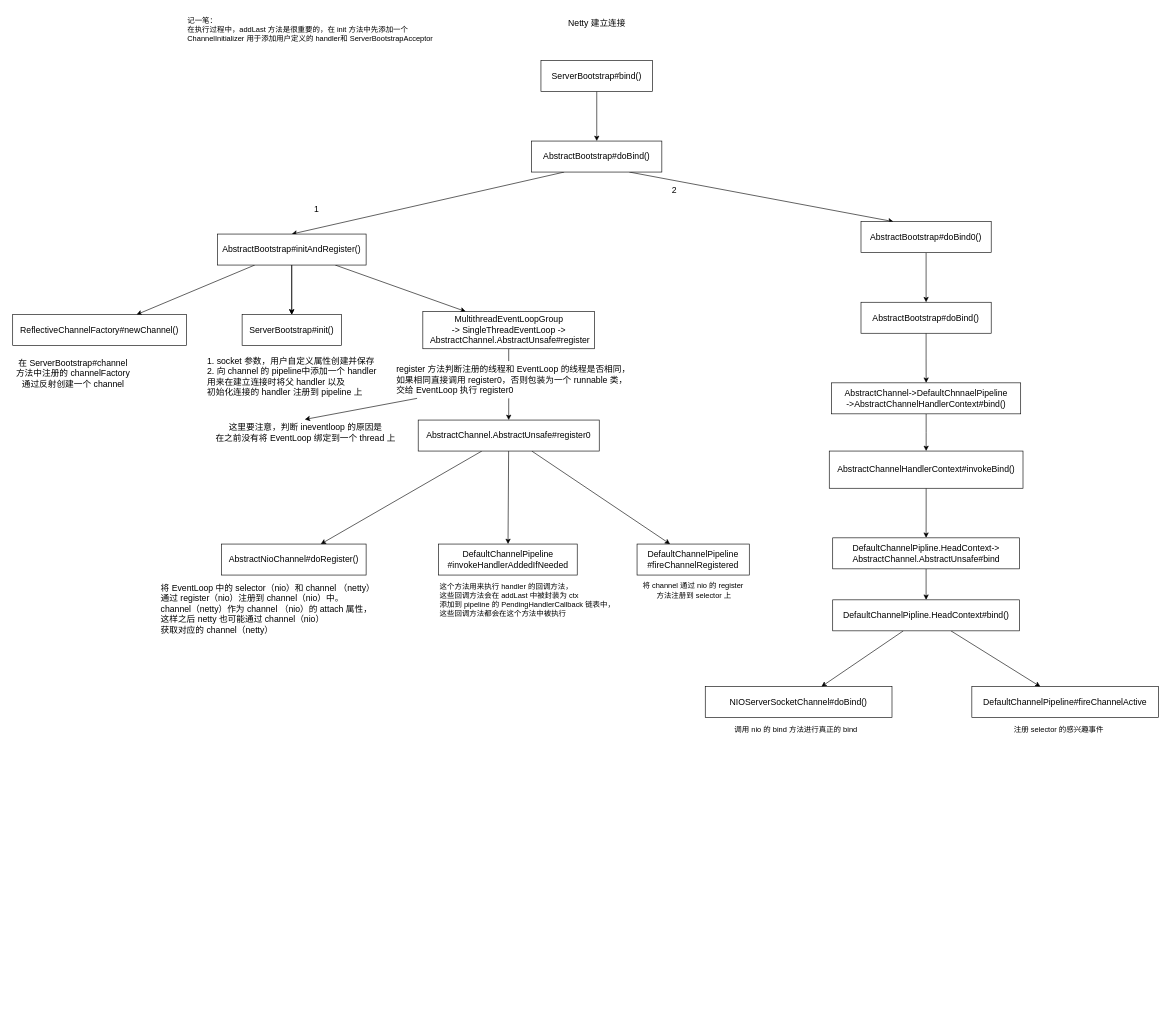
This is Netty 笔记/源码分析流程图/netty 绑定端口流程.drawio from Bogdanxin/notes, a draw.io file, before an edit. Source tidied: cells renumbered, new cells numbered last; positions are measured from the earlier drawing's top-left corner, leaving out a move shared by most shapes. Both pictures are drawn from the tidied source at 62%, with x=0, y=0 at pixel (11, 11).
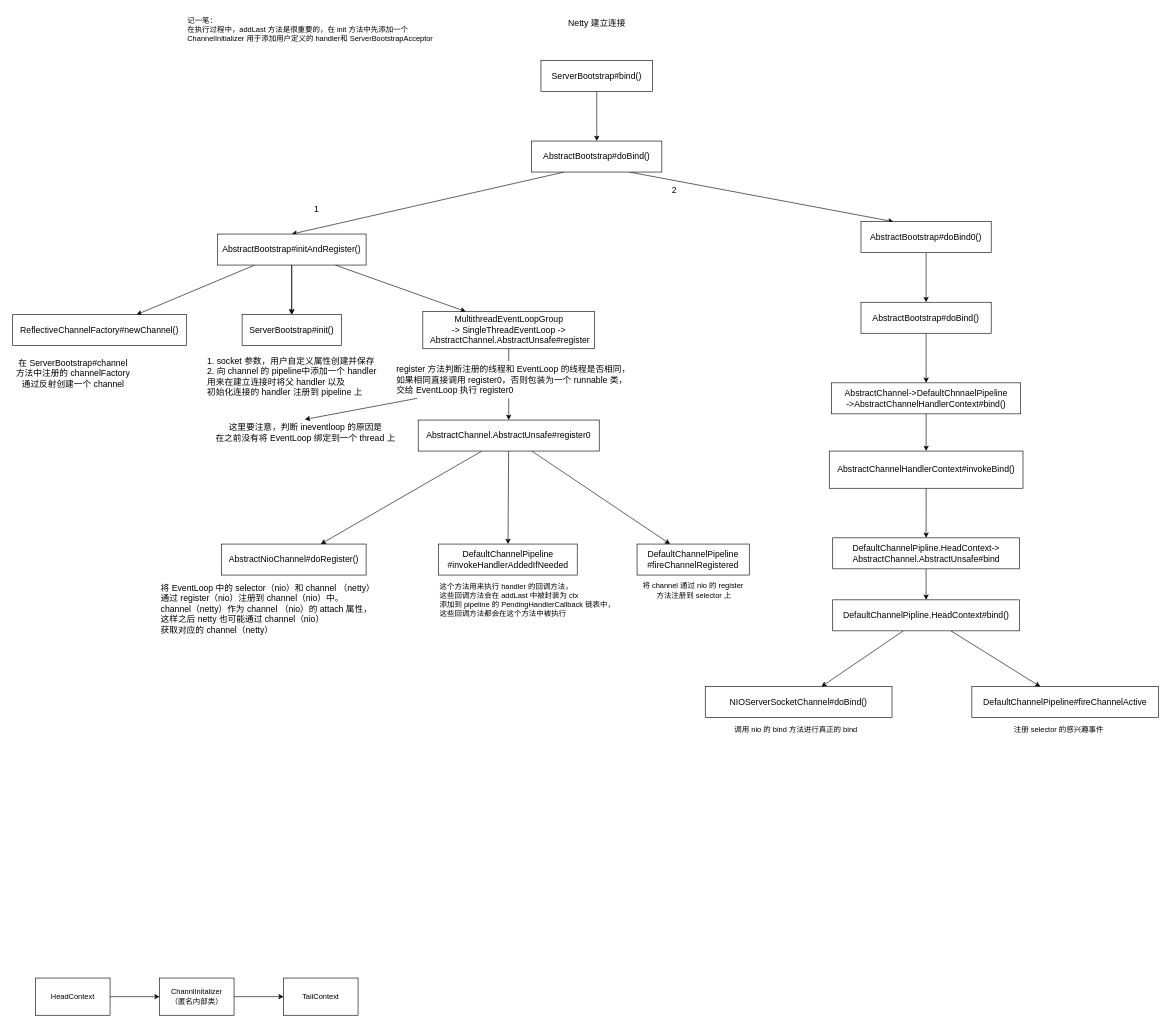
The same diagram, later.

Diff of the diagram source:
```diff
@@
+    <mxCell id="53" style="edgeStyle=orthogonalEdgeStyle;rounded=0;jettySize=auto;html=1;" parent="1" edge="1" source="54" target="56">
+      <mxGeometry relative="1" as="geometry" />
+    </mxCell>
+    <mxCell id="54" value="HeadContext" style="whiteSpace=wrap;html=1;" parent="1" vertex="1">
+      <mxGeometry x="40" y="1560" width="120" height="60" as="geometry" />
+    </mxCell>
+    <mxCell id="55" style="edgeStyle=orthogonalEdgeStyle;rounded=0;jettySize=auto;html=1;" parent="1" edge="1" source="56" target="57">
+      <mxGeometry relative="1" as="geometry" />
+    </mxCell>
+    <mxCell id="56" value="ChannlInitalizer&lt;br&gt;（匿名内部类）" style="whiteSpace=wrap;html=1;" parent="1" vertex="1">
+      <mxGeometry x="240" y="1560" width="120" height="60" as="geometry" />
+    </mxCell>
+    <mxCell id="57" value="TailContext" style="whiteSpace=wrap;html=1;" parent="1" vertex="1">
+      <mxGeometry x="440" y="1560" width="120" height="60" as="geometry" />
+    </mxCell>
```
